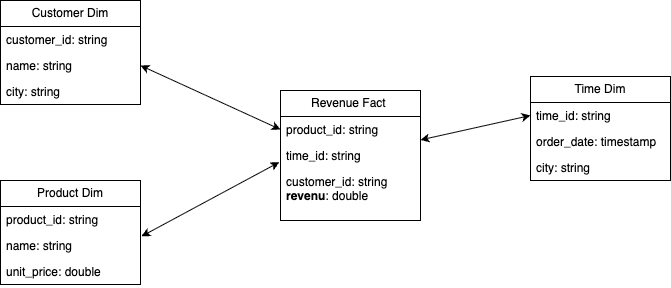
jbcodeforce/flink-studies keeps this draw.io diagram as docs/cookbook/diagrams/star_schema.drawio.png. Above is the earlier version. Source tidied: cells renumbered, new cells last; positions are measured from the earlier drawing's top-left corner, leaving out a move shared by most shapes.
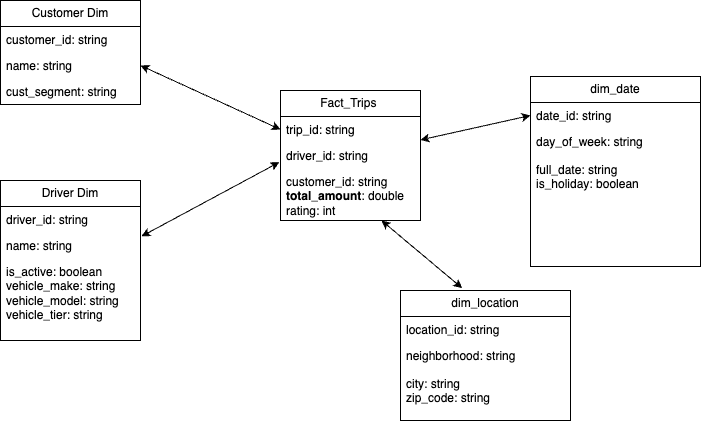
The same file after the commit.

The edit, as a diff of the source:
```diff
@@ -11,44 +11,44 @@
     <mxCell id="4" value="name: string" style="text;strokeColor=none;fillColor=none;align=left;verticalAlign=top;spacingLeft=4;spacingRight=4;overflow=hidden;points=[[0,0.5],[1,0.5]];portConstraint=eastwest;whiteSpace=wrap;html=1;" parent="2" vertex="1">
       <mxGeometry y="52" width="140" height="26" as="geometry" />
     </mxCell>
-    <mxCell id="5" value="city: string&lt;div&gt;&lt;br&gt;&lt;/div&gt;" style="text;strokeColor=none;fillColor=none;align=left;verticalAlign=top;spacingLeft=4;spacingRight=4;overflow=hidden;whiteSpace=wrap;html=1;" parent="2" vertex="1">
+    <mxCell id="5" value="cust_segment: string&lt;div&gt;&lt;br&gt;&lt;/div&gt;" style="text;strokeColor=none;fillColor=none;align=left;verticalAlign=top;spacingLeft=4;spacingRight=4;overflow=hidden;whiteSpace=wrap;html=1;" parent="2" vertex="1">
       <mxGeometry y="78" width="140" height="26" as="geometry" />
     </mxCell>
-    <mxCell id="6" value="Product Dim" style="swimlane;fontStyle=0;horizontal=1;startSize=26;fillColor=none;whiteSpace=wrap;html=1;" parent="1" vertex="1">
-      <mxGeometry y="180" width="140" height="104" as="geometry" />
+    <mxCell id="6" value="Driver Dim" style="swimlane;fontStyle=0;horizontal=1;startSize=26;fillColor=none;whiteSpace=wrap;html=1;" parent="1" vertex="1">
+      <mxGeometry y="180" width="140" height="160" as="geometry" />
     </mxCell>
-    <mxCell id="7" value="product_id: string" style="text;strokeColor=none;fillColor=none;align=left;verticalAlign=top;spacingLeft=4;spacingRight=4;overflow=hidden;whiteSpace=wrap;html=1;" parent="6" vertex="1">
+    <mxCell id="7" value="driver_id: string" style="text;strokeColor=none;fillColor=none;align=left;verticalAlign=top;spacingLeft=4;spacingRight=4;overflow=hidden;whiteSpace=wrap;html=1;" parent="6" vertex="1">
       <mxGeometry y="26" width="140" height="26" as="geometry" />
     </mxCell>
     <mxCell id="8" value="name: string" style="text;strokeColor=none;fillColor=none;align=left;verticalAlign=top;spacingLeft=4;spacingRight=4;overflow=hidden;points=[[0,0.5],[1,0.5]];portConstraint=eastwest;whiteSpace=wrap;html=1;" parent="6" vertex="1">
       <mxGeometry y="52" width="140" height="26" as="geometry" />
     </mxCell>
-    <mxCell id="9" value="&lt;div&gt;unit_price: double&lt;/div&gt;" style="text;strokeColor=none;fillColor=none;align=left;verticalAlign=top;spacingLeft=4;spacingRight=4;overflow=hidden;whiteSpace=wrap;html=1;" parent="6" vertex="1">
-      <mxGeometry y="78" width="140" height="26" as="geometry" />
+    <mxCell id="9" value="is_active: boolean&lt;div&gt;vehicle_make: string&lt;br&gt;vehicle_model: string&lt;/div&gt;&lt;div&gt;vehicle_tier: string&lt;/div&gt;" style="text;strokeColor=none;fillColor=none;align=left;verticalAlign=top;spacingLeft=4;spacingRight=4;overflow=hidden;whiteSpace=wrap;html=1;" parent="6" vertex="1">
+      <mxGeometry y="78" width="140" height="82" as="geometry" />
     </mxCell>
-    <mxCell id="10" value="Revenue Fact&amp;nbsp;" style="swimlane;fontStyle=0;horizontal=1;startSize=26;fillColor=none;whiteSpace=wrap;html=1;" parent="1" vertex="1">
+    <mxCell id="10" value="Fact_Trips&amp;nbsp;" style="swimlane;fontStyle=0;horizontal=1;startSize=26;fillColor=none;whiteSpace=wrap;html=1;" parent="1" vertex="1">
       <mxGeometry x="280" y="90" width="140" height="130" as="geometry" />
     </mxCell>
-    <mxCell id="11" value="product_id: string" style="text;strokeColor=none;fillColor=none;align=left;verticalAlign=top;spacingLeft=4;spacingRight=4;overflow=hidden;points=[[0,0.5],[1,0.5]];portConstraint=eastwest;whiteSpace=wrap;html=1;" parent="10" vertex="1">
+    <mxCell id="11" value="trip_id: string" style="text;strokeColor=none;fillColor=none;align=left;verticalAlign=top;spacingLeft=4;spacingRight=4;overflow=hidden;points=[[0,0.5],[1,0.5]];portConstraint=eastwest;whiteSpace=wrap;html=1;" parent="10" vertex="1">
       <mxGeometry y="26" width="140" height="26" as="geometry" />
     </mxCell>
-    <mxCell id="12" value="time_id: string" style="text;strokeColor=none;fillColor=none;align=left;verticalAlign=top;spacingLeft=4;spacingRight=4;overflow=hidden;whiteSpace=wrap;html=1;" parent="10" vertex="1">
+    <mxCell id="12" value="driver_id: string" style="text;strokeColor=none;fillColor=none;align=left;verticalAlign=top;spacingLeft=4;spacingRight=4;overflow=hidden;whiteSpace=wrap;html=1;" parent="10" vertex="1">
       <mxGeometry y="52" width="140" height="26" as="geometry" />
     </mxCell>
-    <mxCell id="13" value="&lt;div&gt;customer_id: string&lt;/div&gt;&lt;div&gt;&lt;b&gt;revenu&lt;/b&gt;: double&lt;/div&gt;" style="text;strokeColor=none;fillColor=none;align=left;verticalAlign=top;spacingLeft=4;spacingRight=4;overflow=hidden;points=[[0,0.5],[1,0.5]];portConstraint=eastwest;whiteSpace=wrap;html=1;" parent="10" vertex="1">
+    <mxCell id="13" value="&lt;div&gt;customer_id: string&lt;/div&gt;&lt;div&gt;&lt;b&gt;total_amount&lt;/b&gt;: double&lt;/div&gt;&lt;div&gt;rating: int&lt;/div&gt;&lt;div&gt;&lt;br&gt;&lt;/div&gt;" style="text;strokeColor=none;fillColor=none;align=left;verticalAlign=top;spacingLeft=4;spacingRight=4;overflow=hidden;points=[[0,0.5],[1,0.5]];portConstraint=eastwest;whiteSpace=wrap;html=1;" parent="10" vertex="1">
       <mxGeometry y="78" width="140" height="52" as="geometry" />
     </mxCell>
-    <mxCell id="14" value="Time Dim" style="swimlane;fontStyle=0;horizontal=1;startSize=26;fillColor=none;whiteSpace=wrap;html=1;" parent="1" vertex="1">
-      <mxGeometry x="530" y="76" width="140" height="104" as="geometry" />
+    <mxCell id="14" value="dim_date" style="swimlane;fontStyle=0;horizontal=1;startSize=26;fillColor=none;whiteSpace=wrap;html=1;" parent="1" vertex="1">
+      <mxGeometry x="530" y="76" width="170" height="190" as="geometry" />
     </mxCell>
-    <mxCell id="15" value="time_id: string" style="text;strokeColor=none;fillColor=none;align=left;verticalAlign=top;spacingLeft=4;spacingRight=4;overflow=hidden;points=[[0,0.5],[1,0.5]];portConstraint=eastwest;whiteSpace=wrap;html=1;" parent="14" vertex="1">
-      <mxGeometry y="26" width="140" height="26" as="geometry" />
+    <mxCell id="15" value="date_id: string" style="text;strokeColor=none;fillColor=none;align=left;verticalAlign=top;spacingLeft=4;spacingRight=4;overflow=hidden;points=[[0,0.5],[1,0.5]];portConstraint=eastwest;whiteSpace=wrap;html=1;" parent="14" vertex="1">
+      <mxGeometry y="26" width="170" height="26" as="geometry" />
     </mxCell>
-    <mxCell id="16" value="order_date: timestamp" style="text;strokeColor=none;fillColor=none;align=left;verticalAlign=top;spacingLeft=4;spacingRight=4;overflow=hidden;whiteSpace=wrap;html=1;" parent="14" vertex="1">
-      <mxGeometry y="52" width="140" height="26" as="geometry" />
+    <mxCell id="16" value="day_of_week: string" style="text;strokeColor=none;fillColor=none;align=left;verticalAlign=top;spacingLeft=4;spacingRight=4;overflow=hidden;whiteSpace=wrap;html=1;" parent="14" vertex="1">
+      <mxGeometry y="52" width="170" height="28" as="geometry" />
     </mxCell>
-    <mxCell id="17" value="city: string&lt;div&gt;&lt;br&gt;&lt;/div&gt;" style="text;strokeColor=none;fillColor=none;align=left;verticalAlign=top;spacingLeft=4;spacingRight=4;overflow=hidden;whiteSpace=wrap;html=1;" parent="14" vertex="1">
-      <mxGeometry y="78" width="140" height="26" as="geometry" />
+    <mxCell id="17" value="&lt;div&gt;full_date: string&lt;/div&gt;&lt;div&gt;is_holiday: boolean&lt;/div&gt;" style="text;strokeColor=none;fillColor=none;align=left;verticalAlign=top;spacingLeft=4;spacingRight=4;overflow=hidden;whiteSpace=wrap;html=1;" parent="14" vertex="1">
+      <mxGeometry y="80" width="170" height="110" as="geometry" />
     </mxCell>
     <mxCell id="18" style="edgeStyle=none;html=1;entryX=0;entryY=0.5;entryDx=0;entryDy=0;startArrow=classic;startFill=1;" parent="1" edge="1" source="10" target="15">
       <mxGeometry relative="1" as="geometry" />
@@ -59,5 +59,20 @@
     <mxCell id="20" style="edgeStyle=none;html=1;entryX=-0.008;entryY=-0.122;entryDx=0;entryDy=0;entryPerimeter=0;exitX=1.007;exitY=0.148;exitDx=0;exitDy=0;exitPerimeter=0;startArrow=classic;startFill=1;" parent="1" edge="1" source="8" target="13">
       <mxGeometry relative="1" as="geometry" />
     </mxCell>
+    <mxCell id="21" value="dim_location" style="swimlane;fontStyle=0;horizontal=1;startSize=26;fillColor=none;whiteSpace=wrap;html=1;" parent="1" vertex="1">
+      <mxGeometry x="400" y="290" width="170" height="130" as="geometry" />
+    </mxCell>
+    <mxCell id="22" value="location_id: string" style="text;strokeColor=none;fillColor=none;align=left;verticalAlign=top;spacingLeft=4;spacingRight=4;overflow=hidden;whiteSpace=wrap;html=1;" parent="21" vertex="1">
+      <mxGeometry y="26" width="170" height="26" as="geometry" />
+    </mxCell>
+    <mxCell id="23" value="neighborhood: string" style="text;strokeColor=none;fillColor=none;align=left;verticalAlign=top;spacingLeft=4;spacingRight=4;overflow=hidden;whiteSpace=wrap;html=1;" parent="21" vertex="1">
+      <mxGeometry y="52" width="170" height="28" as="geometry" />
+    </mxCell>
+    <mxCell id="24" value="&lt;div&gt;city: string&lt;/div&gt;&lt;div&gt;zip_code: string&lt;/div&gt;" style="text;strokeColor=none;fillColor=none;align=left;verticalAlign=top;spacingLeft=4;spacingRight=4;overflow=hidden;whiteSpace=wrap;html=1;" parent="21" vertex="1">
+      <mxGeometry y="80" width="170" height="50" as="geometry" />
+    </mxCell>
+    <mxCell id="25" style="edgeStyle=none;html=1;entryX=0.363;entryY=-0.018;entryDx=0;entryDy=0;entryPerimeter=0;startArrow=classic;startFill=1;" parent="1" edge="1" source="13" target="21">
+      <mxGeometry relative="1" as="geometry" />
+    </mxCell>
   </root>
 </mxGraphModel>
```
